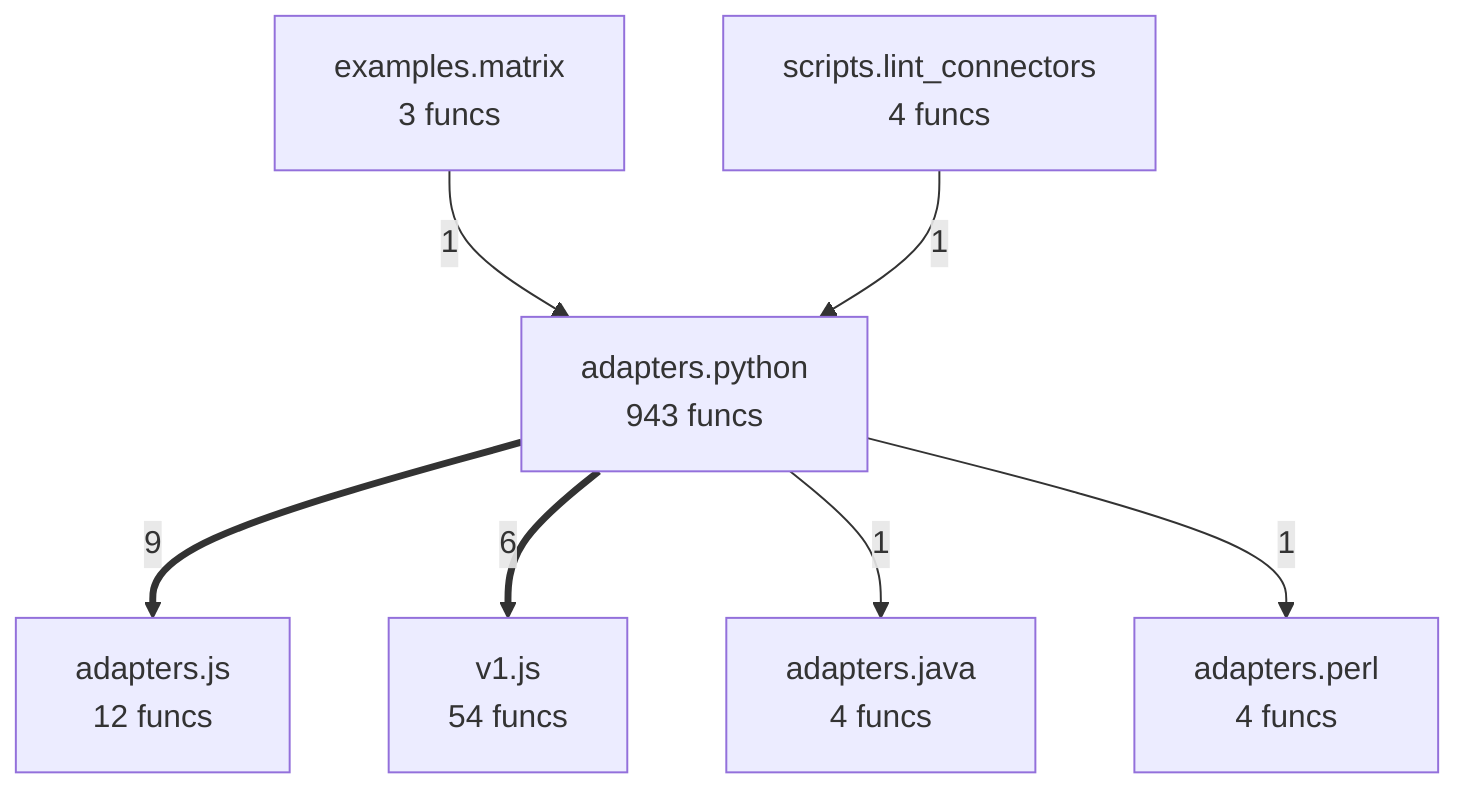
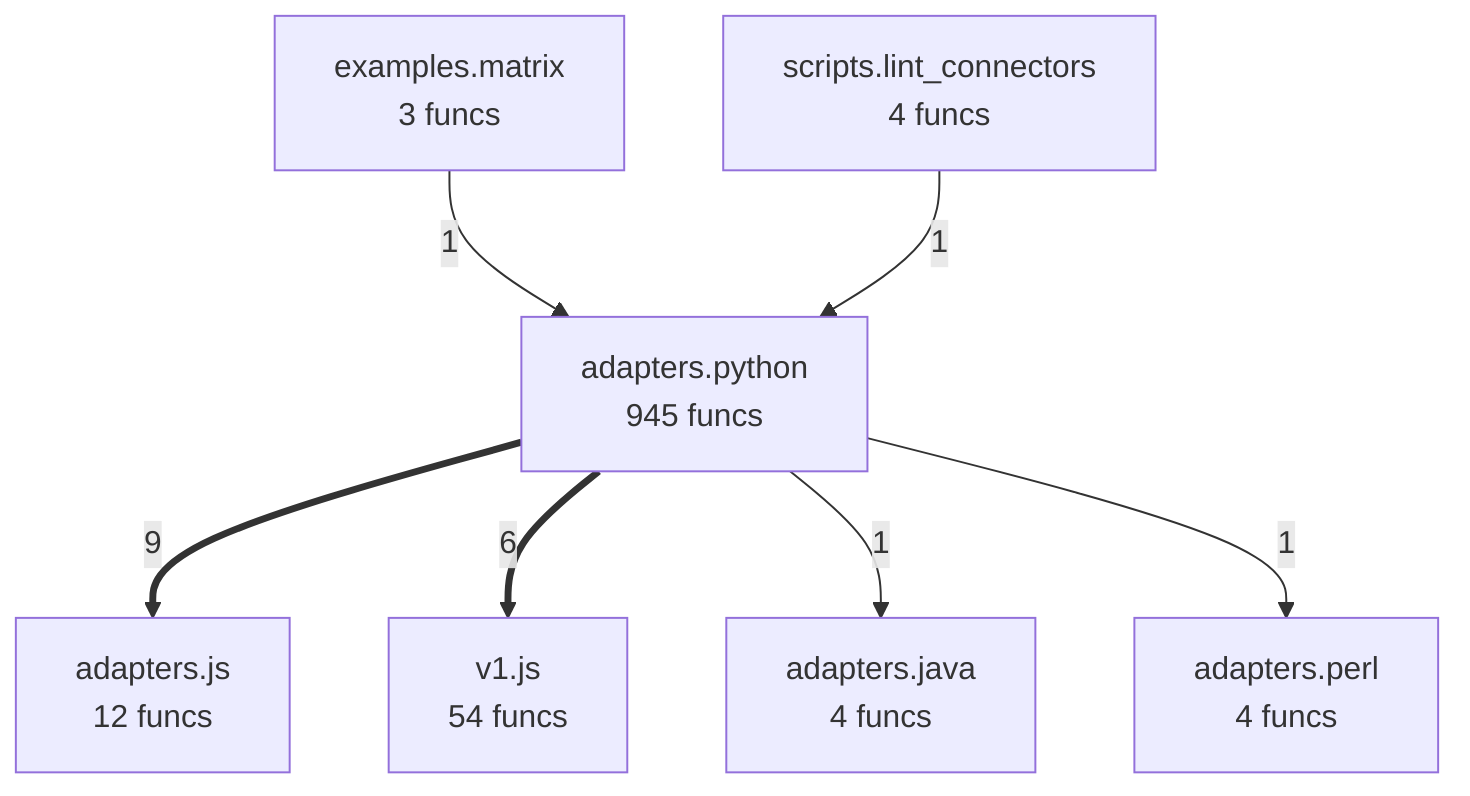
flowchart TD
%% generated in 0.02s
    adapters__java["adapters.java<br/>4 funcs"]
    adapters__js["adapters.js<br/>12 funcs"]
    adapters__perl["adapters.perl<br/>4 funcs"]
-     adapters__python["adapters.python<br/>943 funcs"]
+     adapters__python["adapters.python<br/>945 funcs"]
    examples__matrix["examples.matrix<br/>3 funcs"]
    scripts__lint_connectors["scripts.lint_connectors<br/>4 funcs"]
    v1__js["v1.js<br/>54 funcs"]
    adapters__python ==>|9| adapters__js
    adapters__python ==>|6| v1__js
    examples__matrix -->|1| adapters__python
    scripts__lint_connectors -->|1| adapters__python
    adapters__python -->|1| adapters__java
    adapters__python -->|1| adapters__perl
